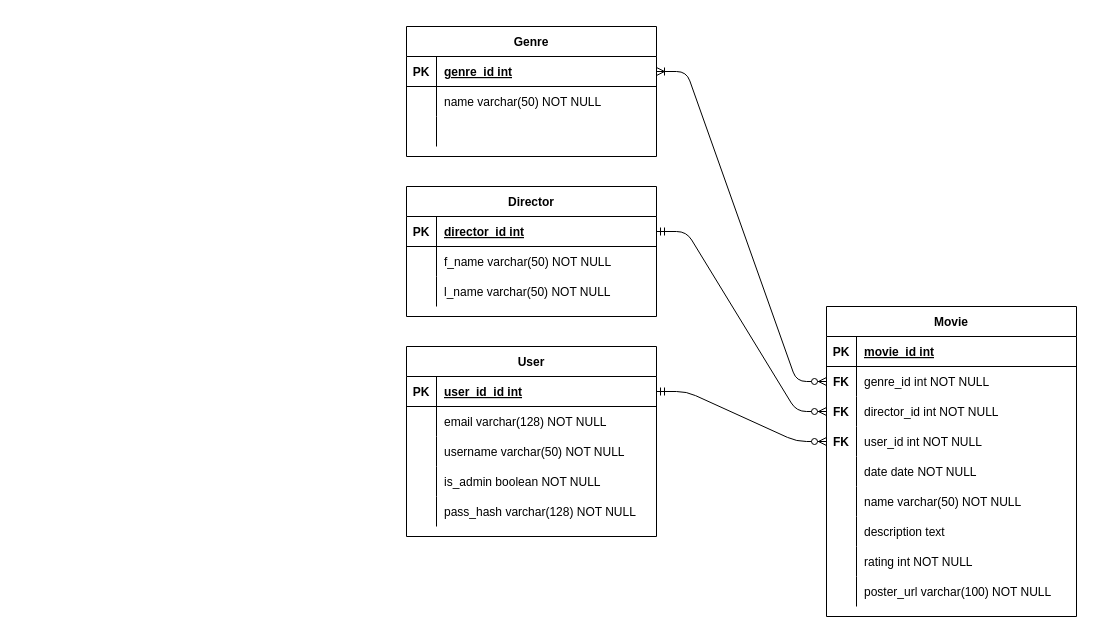
Above: app/movie-rental-diagram.drawio in BogdanArtem/movies-rest-api (draw.io), before the change. Source tidied: cells renumbered, new cells numbered last; positions are measured from the earlier drawing's top-left corner, leaving out a move shared by most shapes. Both pictures are drawn from the tidied source at 100%, with x=0, y=0 at pixel (406, 26).
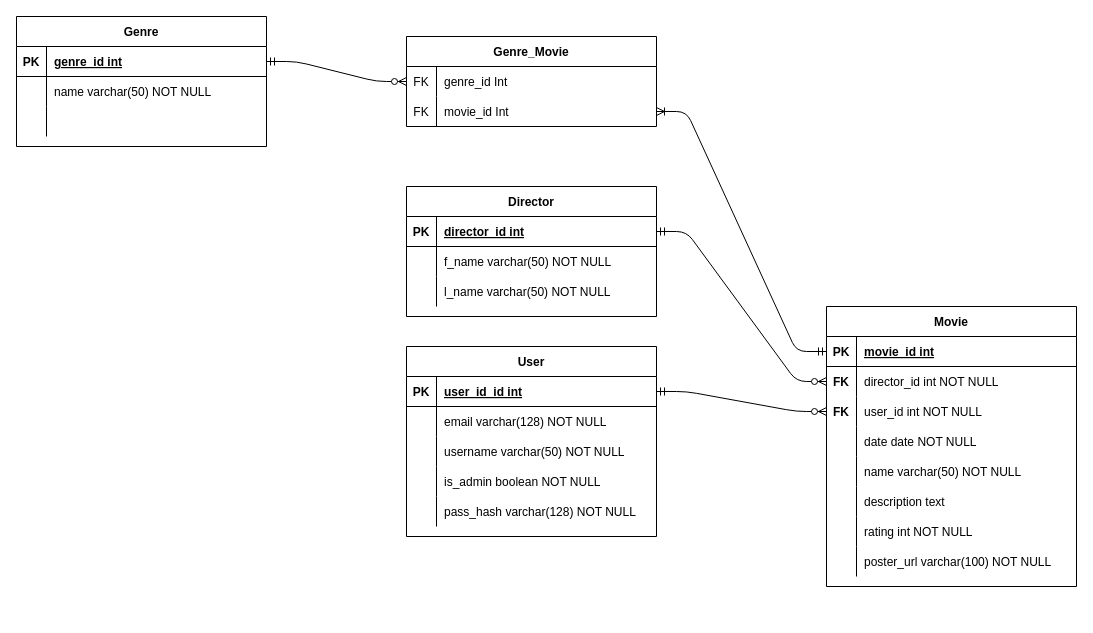
The same page after the edit.

The change refers to these unchanged cells:
```xml
<mxCell id="3" style="shape=partialRectangle;fillColor=none;points=[[0,0.5],[1,0.5]];portConstraint=eastwest;top=0;left=0;right=0;bottom=1;" parent="2" vertex="1">
  <mxGeometry y="30" width="250" height="30" as="geometry" />
</mxCell>
<mxCell id="57" style="shape=partialRectangle;fillColor=none;points=[[0,0.5],[1,0.5]];portConstraint=eastwest;top=0;left=0;right=0;bottom=1;" parent="56" vertex="1">
  <mxGeometry y="30" width="250" height="30" as="geometry" />
</mxCell>
```

Diff of the diagram source:
```diff
@@
     <mxCell id="2" value="Movie" style="shape=table;startSize=30;childLayout=tableLayout;rowLines=0;fontStyle=1;align=center;" parent="1" vertex="1">
-      <mxGeometry x="420" y="280" width="250" height="310" as="geometry" />
+      <mxGeometry x="420" y="280" width="250" height="280" as="geometry" />
     </mxCell>
@@
-    <mxCell id="6" style="shape=partialRectangle;fillColor=none;points=[[0,0.5],[1,0.5]];portConstraint=eastwest;top=0;left=0;right=0;bottom=0;" parent="2" vertex="1">
-      <mxGeometry y="60" width="250" height="30" as="geometry" />
-    </mxCell>
-    <mxCell id="7" value="FK" style="shape=partialRectangle;overflow=hidden;fillColor=none;top=0;left=0;bottom=0;right=0;fontStyle=1;" parent="6" vertex="1">
-      <mxGeometry width="30" height="30" as="geometry" />
-    </mxCell>
-    <mxCell id="8" value="genre_id int NOT NULL" style="shape=partialRectangle;overflow=hidden;fillColor=none;top=0;left=0;bottom=0;right=0;align=left;spacingLeft=6;" parent="6" vertex="1">
-      <mxGeometry x="30" width="220" height="30" as="geometry" />
-    </mxCell>
     <mxCell id="9" style="shape=partialRectangle;fillColor=none;points=[[0,0.5],[1,0.5]];portConstraint=eastwest;top=0;left=0;right=0;bottom=0;" parent="2" vertex="1">
-      <mxGeometry y="90" width="250" height="30" as="geometry" />
+      <mxGeometry y="60" width="250" height="30" as="geometry" />
     </mxCell>
@@
     <mxCell id="12" style="shape=partialRectangle;fillColor=none;points=[[0,0.5],[1,0.5]];portConstraint=eastwest;top=0;left=0;right=0;bottom=0;" parent="2" vertex="1">
-      <mxGeometry y="120" width="250" height="30" as="geometry" />
+      <mxGeometry y="90" width="250" height="30" as="geometry" />
     </mxCell>
@@
     <mxCell id="15" style="shape=partialRectangle;fillColor=none;top=0;left=0;right=0;bottom=0;" parent="2" vertex="1">
-      <mxGeometry y="150" width="250" height="30" as="geometry" />
+      <mxGeometry y="120" width="250" height="30" as="geometry" />
     </mxCell>
@@
     <mxCell id="18" style="shape=partialRectangle;fillColor=none;top=0;left=0;right=0;bottom=0;" parent="2" vertex="1">
-      <mxGeometry y="180" width="250" height="30" as="geometry" />
+      <mxGeometry y="150" width="250" height="30" as="geometry" />
     </mxCell>
@@
     <mxCell id="21" style="shape=partialRectangle;fillColor=none;top=0;left=0;right=0;bottom=0;" parent="2" vertex="1">
-      <mxGeometry y="210" width="250" height="30" as="geometry" />
+      <mxGeometry y="180" width="250" height="30" as="geometry" />
     </mxCell>
@@
     <mxCell id="24" style="shape=partialRectangle;fillColor=none;top=0;left=0;right=0;bottom=0;" parent="2" vertex="1">
-      <mxGeometry y="240" width="250" height="30" as="geometry" />
+      <mxGeometry y="210" width="250" height="30" as="geometry" />
     </mxCell>
@@
     <mxCell id="27" style="shape=partialRectangle;fillColor=none;top=0;left=0;right=0;bottom=0;" parent="2" vertex="1">
-      <mxGeometry y="270" width="250" height="30" as="geometry" />
+      <mxGeometry y="240" width="250" height="30" as="geometry" />
     </mxCell>
@@
     <mxCell id="56" value="Genre" style="shape=table;startSize=30;childLayout=tableLayout;rowLines=0;fontStyle=1;align=center;" parent="1" vertex="1">
-      <mxGeometry width="250" height="130" as="geometry" />
+      <mxGeometry x="-390" y="-10" width="250" height="130" as="geometry" />
     </mxCell>
@@
-    <mxCell id="66" style="edgeStyle=entityRelationEdgeStyle;fontSize=12;html=1;endArrow=ERzeroToMany;startArrow=ERoneToMany;entryX=0;entryY=0.5;entryDx=0;entryDy=0;exitX=1;exitY=0.5;exitDx=0;exitDy=0;startFill=0;endFill=1;" parent="1" edge="1" source="57" target="6">
+    <mxCell id="66" style="edgeStyle=entityRelationEdgeStyle;fontSize=12;html=1;endArrow=ERmandOne;startArrow=ERoneToMany;entryX=0;entryY=0.5;entryDx=0;entryDy=0;startFill=0;endFill=0;exitX=1;exitY=0.5;exitDx=0;exitDy=0;" parent="1" edge="1" source="6" target="3">
       <mxGeometry relative="1" as="geometry" />
     </mxCell>
@@
+    <mxCell id="69" value="Genre_Movie" style="shape=table;startSize=30;childLayout=tableLayout;rowLines=0;fontStyle=1;align=center;" parent="1" vertex="1">
+      <mxGeometry y="10" width="250" height="90" as="geometry" />
+    </mxCell>
+    <mxCell id="70" style="shape=partialRectangle;fillColor=none;points=[[0,0.5],[1,0.5]];portConstraint=eastwest;top=0;left=0;right=0;bottom=0;" parent="69" vertex="1">
+      <mxGeometry y="30" width="250" height="30" as="geometry" />
+    </mxCell>
+    <mxCell id="71" value="FK" style="shape=partialRectangle;overflow=hidden;fillColor=none;top=0;left=0;bottom=0;right=0;" parent="70" vertex="1">
+      <mxGeometry width="30" height="30" as="geometry" />
+    </mxCell>
+    <mxCell id="72" value="genre_id Int" style="shape=partialRectangle;overflow=hidden;fillColor=none;top=0;left=0;bottom=0;right=0;align=left;spacingLeft=6;" parent="70" vertex="1">
+      <mxGeometry x="30" width="220" height="30" as="geometry" />
+    </mxCell>
+    <mxCell id="6" style="shape=partialRectangle;fillColor=none;points=[[0,0.5],[1,0.5]];portConstraint=eastwest;top=0;left=0;right=0;bottom=0;" parent="69" vertex="1">
+      <mxGeometry y="60" width="250" height="30" as="geometry" />
+    </mxCell>
+    <mxCell id="73" value="FK" style="shape=partialRectangle;overflow=hidden;fillColor=none;top=0;left=0;bottom=0;right=0;" parent="6" vertex="1">
+      <mxGeometry width="30" height="30" as="geometry" />
+    </mxCell>
+    <mxCell id="74" value="movie_id Int" style="shape=partialRectangle;overflow=hidden;fillColor=none;top=0;left=0;bottom=0;right=0;align=left;spacingLeft=6;" parent="6" vertex="1">
+      <mxGeometry x="30" width="220" height="30" as="geometry" />
+    </mxCell>
+    <mxCell id="75" style="edgeStyle=entityRelationEdgeStyle;fontSize=12;html=1;endArrow=ERmandOne;startArrow=ERzeroToMany;startFill=1;endFill=0;exitX=0;exitY=0.5;exitDx=0;exitDy=0;entryX=1;entryY=0.5;entryDx=0;entryDy=0;" parent="1" edge="1" source="70" target="57">
+      <mxGeometry relative="1" as="geometry" />
+    </mxCell>
```
